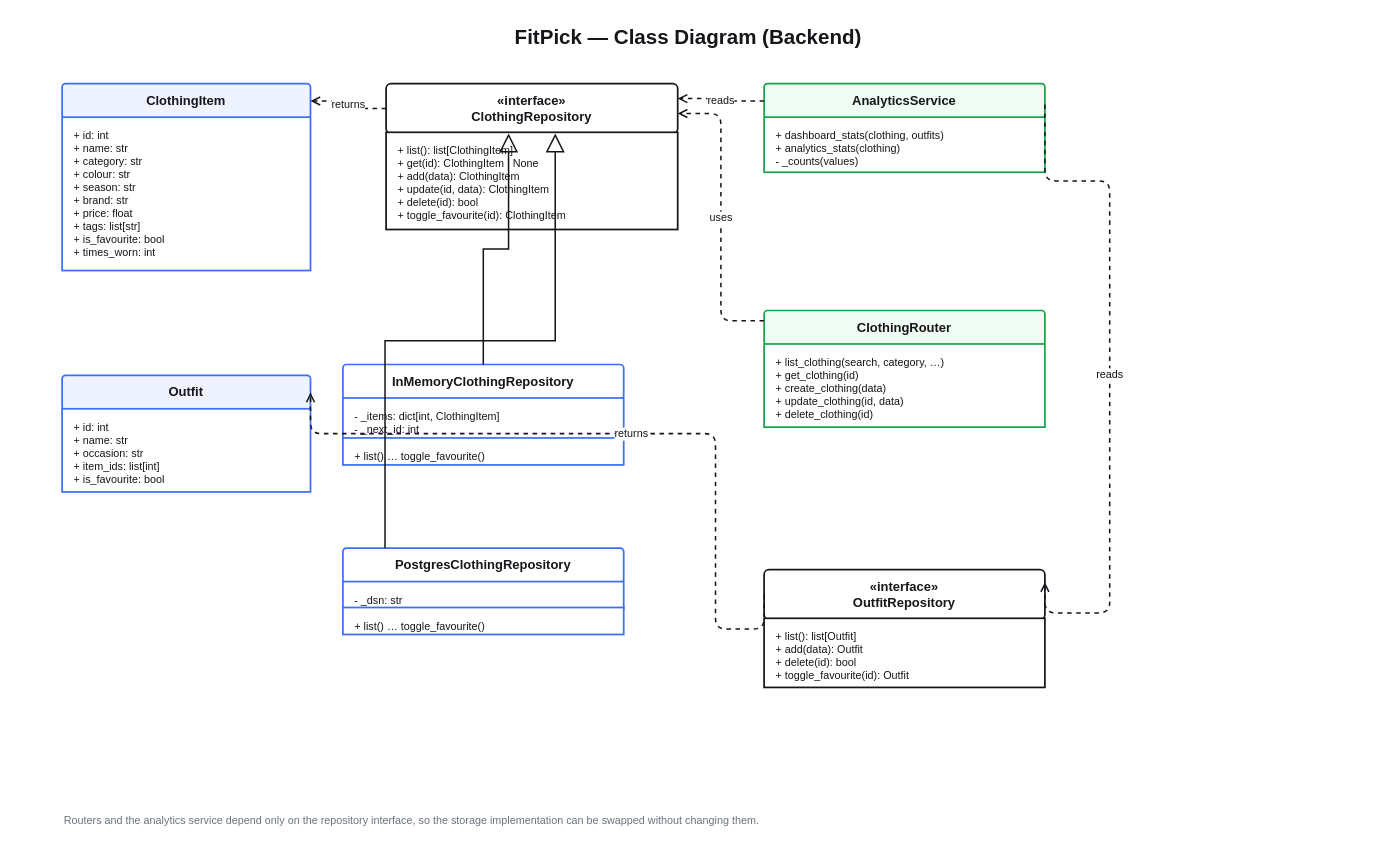
nithi0307/fitpick keeps this draw.io diagram as docs/design/diagrams/class-diagram.drawio. Above is the earlier version. Source tidied: cells renumbered, new cells numbered last; positions are measured from the earlier drawing's top-left corner, leaving out a move shared by most shapes. Both pictures are drawn from the tidied source at 108%, with x=0, y=0 at pixel (18, 18).
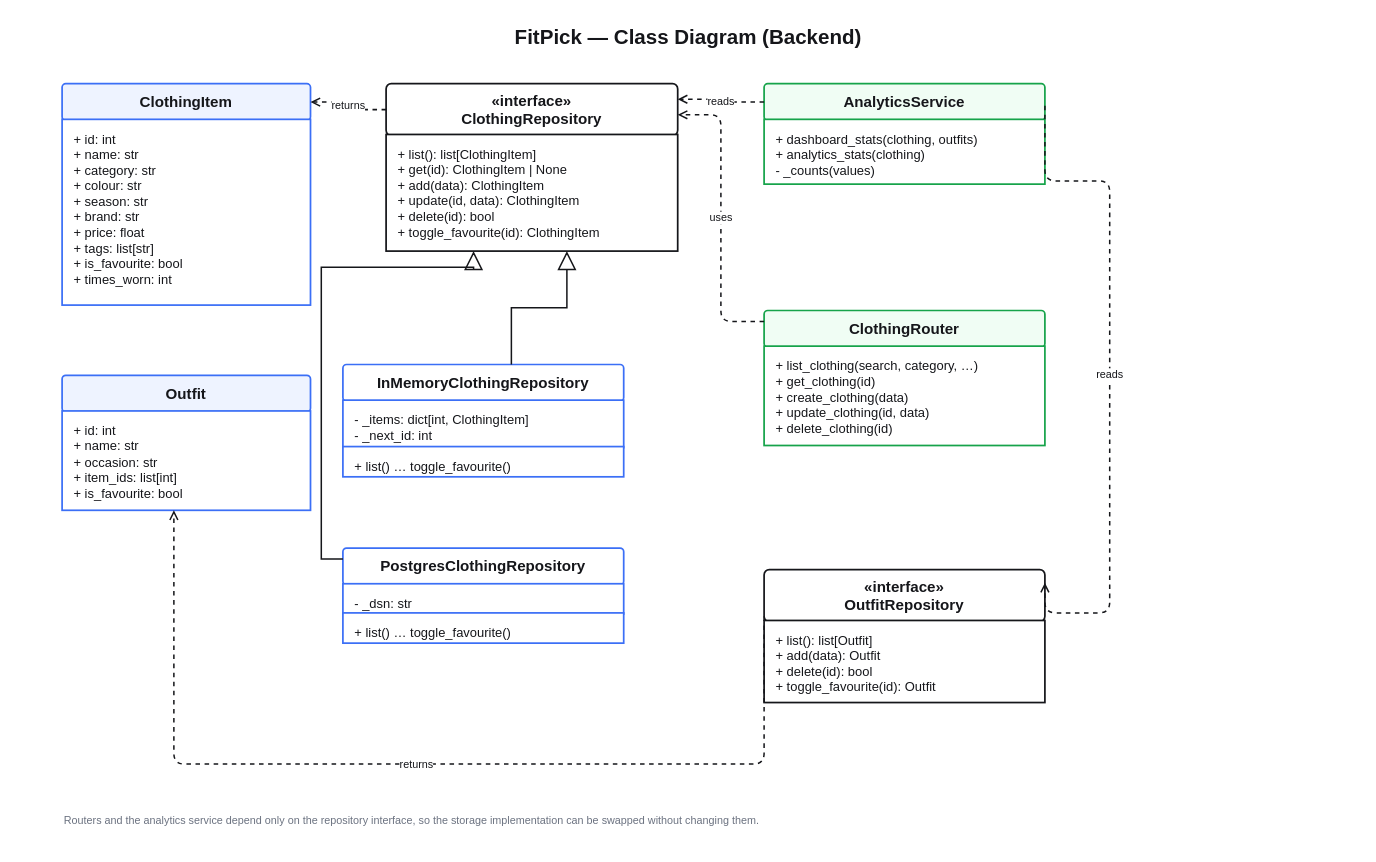
After the change.

What changed in the source:
```diff
@@
-    <mxCell id="3" value="ClothingItem" style="rounded=1;arcSize=10;html=1;whiteSpace=wrap;fillColor=#eef3ff;strokeColor=#3b6ff6;strokeWidth=1.6;fontSize=12;fontStyle=1;fontColor=#15161a;verticalAlign=middle;align=center;" parent="1" vertex="1">
-      <mxGeometry x="40" y="60" width="230" height="32" as="geometry" />
+    <mxCell id="3" value="ClothingItem" style="rounded=1;arcSize=10;html=1;whiteSpace=wrap;fillColor=#eef3ff;strokeColor=#3b6ff6;strokeWidth=1.6;fontSize=14;fontStyle=1;fontColor=#15161a;verticalAlign=middle;align=center;" parent="1" vertex="1">
+      <mxGeometry x="40" y="60" width="230" height="34" as="geometry" />
     </mxCell>
-    <mxCell id="4" value="+ id: int&#10;+ name: str&#10;+ category: str&#10;+ colour: str&#10;+ season: str&#10;+ brand: str&#10;+ price: float&#10;+ tags: list[str]&#10;+ is_favourite: bool&#10;+ times_worn: int" style="rounded=0;html=1;whiteSpace=wrap;fillColor=#ffffff;strokeColor=#3b6ff6;strokeWidth=1.6;fontSize=10;fontColor=#15161a;align=left;verticalAlign=top;spacingLeft=9;spacingTop=5;" parent="1" vertex="1">
-      <mxGeometry x="40" y="91" width="230" height="142" as="geometry" />
-    </mxCell>
+    <mxCell id="29" value="+ id: int&#10;+ name: str&#10;+ category: str&#10;+ colour: str&#10;+ season: str&#10;+ brand: str&#10;+ price: float&#10;+ tags: list[str]&#10;+ is_favourite: bool&#10;+ times_worn: int" style="rounded=0;html=1;whiteSpace=wrap;fillColor=#ffffff;strokeColor=#3b6ff6;strokeWidth=1.6;fontSize=12;fontColor=#15161a;align=left;verticalAlign=top;spacingLeft=9;spacingTop=5;" parent="1" vertex="1">
+      <mxGeometry x="40" y="93" width="230" height="172" as="geometry" />
+    </mxCell>
-    <mxCell id="5" value="Outfit" style="rounded=1;arcSize=10;html=1;whiteSpace=wrap;fillColor=#eef3ff;strokeColor=#3b6ff6;strokeWidth=1.6;fontSize=12;fontStyle=1;fontColor=#15161a;verticalAlign=middle;align=center;" parent="1" vertex="1">
-      <mxGeometry x="40" y="330" width="230" height="32" as="geometry" />
+    <mxCell id="5" value="Outfit" style="rounded=1;arcSize=10;html=1;whiteSpace=wrap;fillColor=#eef3ff;strokeColor=#3b6ff6;strokeWidth=1.6;fontSize=14;fontStyle=1;fontColor=#15161a;verticalAlign=middle;align=center;" parent="1" vertex="1">
+      <mxGeometry x="40" y="330" width="230" height="34" as="geometry" />
     </mxCell>
-    <mxCell id="6" value="+ id: int&#10;+ name: str&#10;+ occasion: str&#10;+ item_ids: list[int]&#10;+ is_favourite: bool" style="rounded=0;html=1;whiteSpace=wrap;fillColor=#ffffff;strokeColor=#3b6ff6;strokeWidth=1.6;fontSize=10;fontColor=#15161a;align=left;verticalAlign=top;spacingLeft=9;spacingTop=5;" parent="1" vertex="1">
-      <mxGeometry x="40" y="361" width="230" height="77" as="geometry" />
-    </mxCell>
+    <mxCell id="30" value="+ id: int&#10;+ name: str&#10;+ occasion: str&#10;+ item_ids: list[int]&#10;+ is_favourite: bool" style="rounded=0;html=1;whiteSpace=wrap;fillColor=#ffffff;strokeColor=#3b6ff6;strokeWidth=1.6;fontSize=12;fontColor=#15161a;align=left;verticalAlign=top;spacingLeft=9;spacingTop=5;" parent="1" vertex="1">
+      <mxGeometry x="40" y="363" width="230" height="92" as="geometry" />
+    </mxCell>
-    <mxCell id="7" value="«interface»&#10;ClothingRepository" style="rounded=1;arcSize=10;html=1;whiteSpace=wrap;fillColor=#ffffff;strokeColor=#15161a;strokeWidth=1.6;fontSize=12;fontStyle=1;fontColor=#15161a;verticalAlign=middle;align=center;" parent="1" vertex="1">
-      <mxGeometry x="340" y="60" width="270" height="46" as="geometry" />
+    <mxCell id="7" value="«interface»&#10;ClothingRepository" style="rounded=1;arcSize=10;html=1;whiteSpace=wrap;fillColor=#ffffff;strokeColor=#15161a;strokeWidth=1.6;fontSize=14;fontStyle=1;fontColor=#15161a;verticalAlign=middle;align=center;" parent="1" vertex="1">
+      <mxGeometry x="340" y="60" width="270" height="48" as="geometry" />
     </mxCell>
-    <mxCell id="8" value="+ list(): list[ClothingItem]&#10;+ get(id): ClothingItem | None&#10;+ add(data): ClothingItem&#10;+ update(id, data): ClothingItem&#10;+ delete(id): bool&#10;+ toggle_favourite(id): ClothingItem" style="rounded=0;html=1;whiteSpace=wrap;fillColor=#ffffff;strokeColor=#15161a;strokeWidth=1.6;fontSize=10;fontColor=#15161a;align=left;verticalAlign=top;spacingLeft=9;spacingTop=5;" parent="1" vertex="1">
-      <mxGeometry x="340" y="105" width="270" height="90" as="geometry" />
-    </mxCell>
+    <mxCell id="31" value="+ list(): list[ClothingItem]&#10;+ get(id): ClothingItem | None&#10;+ add(data): ClothingItem&#10;+ update(id, data): ClothingItem&#10;+ delete(id): bool&#10;+ toggle_favourite(id): ClothingItem" style="rounded=0;html=1;whiteSpace=wrap;fillColor=#ffffff;strokeColor=#15161a;strokeWidth=1.6;fontSize=12;fontColor=#15161a;align=left;verticalAlign=top;spacingLeft=9;spacingTop=5;" parent="1" vertex="1">
+      <mxGeometry x="340" y="107" width="270" height="108" as="geometry" />
+    </mxCell>
-    <mxCell id="9" value="InMemoryClothingRepository" style="rounded=1;arcSize=10;html=1;whiteSpace=wrap;fillColor=#ffffff;strokeColor=#3b6ff6;strokeWidth=1.6;fontSize=12;fontStyle=1;fontColor=#15161a;verticalAlign=middle;align=center;" parent="1" vertex="1">
-      <mxGeometry x="300" y="320" width="260" height="32" as="geometry" />
+    <mxCell id="9" value="InMemoryClothingRepository" style="rounded=1;arcSize=10;html=1;whiteSpace=wrap;fillColor=#ffffff;strokeColor=#3b6ff6;strokeWidth=1.6;fontSize=14;fontStyle=1;fontColor=#15161a;verticalAlign=middle;align=center;" parent="1" vertex="1">
+      <mxGeometry x="300" y="320" width="260" height="34" as="geometry" />
     </mxCell>
-    <mxCell id="10" value="- _items: dict[int, ClothingItem]&#10;- _next_id: int" style="rounded=0;html=1;whiteSpace=wrap;fillColor=#ffffff;strokeColor=#3b6ff6;strokeWidth=1.6;fontSize=10;fontColor=#15161a;align=left;verticalAlign=top;spacingLeft=9;spacingTop=5;" parent="1" vertex="1">
-      <mxGeometry x="300" y="351" width="260" height="38" as="geometry" />
-    </mxCell>
-    <mxCell id="11" value="+ list() … toggle_favourite()" style="rounded=0;html=1;whiteSpace=wrap;fillColor=#ffffff;strokeColor=#3b6ff6;strokeWidth=1.6;fontSize=10;fontColor=#15161a;align=left;verticalAlign=top;spacingLeft=9;spacingTop=5;" parent="1" vertex="1">
-      <mxGeometry x="300" y="388" width="260" height="25" as="geometry" />
-    </mxCell>
+    <mxCell id="32" value="- _items: dict[int, ClothingItem]&#10;- _next_id: int" style="rounded=0;html=1;whiteSpace=wrap;fillColor=#ffffff;strokeColor=#3b6ff6;strokeWidth=1.6;fontSize=12;fontColor=#15161a;align=left;verticalAlign=top;spacingLeft=9;spacingTop=5;" parent="1" vertex="1">
+      <mxGeometry x="300" y="353" width="260" height="44" as="geometry" />
+    </mxCell>
+    <mxCell id="33" value="+ list() … toggle_favourite()" style="rounded=0;html=1;whiteSpace=wrap;fillColor=#ffffff;strokeColor=#3b6ff6;strokeWidth=1.6;fontSize=12;fontColor=#15161a;align=left;verticalAlign=top;spacingLeft=9;spacingTop=5;" parent="1" vertex="1">
+      <mxGeometry x="300" y="396" width="260" height="28" as="geometry" />
+    </mxCell>
-    <mxCell id="12" value="PostgresClothingRepository" style="rounded=1;arcSize=10;html=1;whiteSpace=wrap;fillColor=#ffffff;strokeColor=#3b6ff6;strokeWidth=1.6;fontSize=12;fontStyle=1;fontColor=#15161a;verticalAlign=middle;align=center;" parent="1" vertex="1">
-      <mxGeometry x="300" y="490" width="260" height="32" as="geometry" />
+    <mxCell id="12" value="PostgresClothingRepository" style="rounded=1;arcSize=10;html=1;whiteSpace=wrap;fillColor=#ffffff;strokeColor=#3b6ff6;strokeWidth=1.6;fontSize=14;fontStyle=1;fontColor=#15161a;verticalAlign=middle;align=center;" parent="1" vertex="1">
+      <mxGeometry x="300" y="490" width="260" height="34" as="geometry" />
     </mxCell>
-    <mxCell id="13" value="- _dsn: str" style="rounded=0;html=1;whiteSpace=wrap;fillColor=#ffffff;strokeColor=#3b6ff6;strokeWidth=1.6;fontSize=10;fontColor=#15161a;align=left;verticalAlign=top;spacingLeft=9;spacingTop=5;" parent="1" vertex="1">
-      <mxGeometry x="300" y="521" width="260" height="25" as="geometry" />
-    </mxCell>
-    <mxCell id="14" value="+ list() … toggle_favourite()" style="rounded=0;html=1;whiteSpace=wrap;fillColor=#ffffff;strokeColor=#3b6ff6;strokeWidth=1.6;fontSize=10;fontColor=#15161a;align=left;verticalAlign=top;spacingLeft=9;spacingTop=5;" parent="1" vertex="1">
-      <mxGeometry x="300" y="545" width="260" height="25" as="geometry" />
-    </mxCell>
+    <mxCell id="34" value="- _dsn: str" style="rounded=0;html=1;whiteSpace=wrap;fillColor=#ffffff;strokeColor=#3b6ff6;strokeWidth=1.6;fontSize=12;fontColor=#15161a;align=left;verticalAlign=top;spacingLeft=9;spacingTop=5;" parent="1" vertex="1">
+      <mxGeometry x="300" y="523" width="260" height="28" as="geometry" />
+    </mxCell>
+    <mxCell id="35" value="+ list() … toggle_favourite()" style="rounded=0;html=1;whiteSpace=wrap;fillColor=#ffffff;strokeColor=#3b6ff6;strokeWidth=1.6;fontSize=12;fontColor=#15161a;align=left;verticalAlign=top;spacingLeft=9;spacingTop=5;" parent="1" vertex="1">
+      <mxGeometry x="300" y="550" width="260" height="28" as="geometry" />
+    </mxCell>
-    <mxCell id="15" value="AnalyticsService" style="rounded=1;arcSize=10;html=1;whiteSpace=wrap;fillColor=#f0fdf4;strokeColor=#16a34a;strokeWidth=1.6;fontSize=12;fontStyle=1;fontColor=#15161a;verticalAlign=middle;align=center;" parent="1" vertex="1">
-      <mxGeometry x="690" y="60" width="260" height="32" as="geometry" />
+    <mxCell id="15" value="AnalyticsService" style="rounded=1;arcSize=10;html=1;whiteSpace=wrap;fillColor=#f0fdf4;strokeColor=#16a34a;strokeWidth=1.6;fontSize=14;fontStyle=1;fontColor=#15161a;verticalAlign=middle;align=center;" parent="1" vertex="1">
+      <mxGeometry x="690" y="60" width="260" height="34" as="geometry" />
     </mxCell>
-    <mxCell id="16" value="+ dashboard_stats(clothing, outfits)&#10;+ analytics_stats(clothing)&#10;- _counts(values)" style="rounded=0;html=1;whiteSpace=wrap;fillColor=#ffffff;strokeColor=#16a34a;strokeWidth=1.6;fontSize=10;fontColor=#15161a;align=left;verticalAlign=top;spacingLeft=9;spacingTop=5;" parent="1" vertex="1">
-      <mxGeometry x="690" y="91" width="260" height="51" as="geometry" />
-    </mxCell>
+    <mxCell id="36" value="+ dashboard_stats(clothing, outfits)&#10;+ analytics_stats(clothing)&#10;- _counts(values)" style="rounded=0;html=1;whiteSpace=wrap;fillColor=#ffffff;strokeColor=#16a34a;strokeWidth=1.6;fontSize=12;fontColor=#15161a;align=left;verticalAlign=top;spacingLeft=9;spacingTop=5;" parent="1" vertex="1">
+      <mxGeometry x="690" y="93" width="260" height="60" as="geometry" />
+    </mxCell>
-    <mxCell id="17" value="ClothingRouter" style="rounded=1;arcSize=10;html=1;whiteSpace=wrap;fillColor=#f0fdf4;strokeColor=#16a34a;strokeWidth=1.6;fontSize=12;fontStyle=1;fontColor=#15161a;verticalAlign=middle;align=center;" parent="1" vertex="1">
-      <mxGeometry x="690" y="270" width="260" height="32" as="geometry" />
+    <mxCell id="17" value="ClothingRouter" style="rounded=1;arcSize=10;html=1;whiteSpace=wrap;fillColor=#f0fdf4;strokeColor=#16a34a;strokeWidth=1.6;fontSize=14;fontStyle=1;fontColor=#15161a;verticalAlign=middle;align=center;" parent="1" vertex="1">
+      <mxGeometry x="690" y="270" width="260" height="34" as="geometry" />
     </mxCell>
-    <mxCell id="18" value="+ list_clothing(search, category, …)&#10;+ get_clothing(id)&#10;+ create_clothing(data)&#10;+ update_clothing(id, data)&#10;+ delete_clothing(id)" style="rounded=0;html=1;whiteSpace=wrap;fillColor=#ffffff;strokeColor=#16a34a;strokeWidth=1.6;fontSize=10;fontColor=#15161a;align=left;verticalAlign=top;spacingLeft=9;spacingTop=5;" parent="1" vertex="1">
-      <mxGeometry x="690" y="301" width="260" height="77" as="geometry" />
+    <mxCell id="18" value="+ list_clothing(search, category, …)&#10;+ get_clothing(id)&#10;+ create_clothing(data)&#10;+ update_clothing(id, data)&#10;+ delete_clothing(id)" style="rounded=0;html=1;whiteSpace=wrap;fillColor=#ffffff;strokeColor=#16a34a;strokeWidth=1.6;fontSize=12;fontColor=#15161a;align=left;verticalAlign=top;spacingLeft=9;spacingTop=5;" parent="1" vertex="1">
+      <mxGeometry x="690" y="303" width="260" height="92" as="geometry" />
     </mxCell>
-    <mxCell id="19" value="«interface»&#10;OutfitRepository" style="rounded=1;arcSize=10;html=1;whiteSpace=wrap;fillColor=#ffffff;strokeColor=#15161a;strokeWidth=1.6;fontSize=12;fontStyle=1;fontColor=#15161a;verticalAlign=middle;align=center;" parent="1" vertex="1">
-      <mxGeometry x="690" y="510" width="260" height="46" as="geometry" />
+    <mxCell id="19" value="«interface»&#10;OutfitRepository" style="rounded=1;arcSize=10;html=1;whiteSpace=wrap;fillColor=#ffffff;strokeColor=#15161a;strokeWidth=1.6;fontSize=14;fontStyle=1;fontColor=#15161a;verticalAlign=middle;align=center;" parent="1" vertex="1">
+      <mxGeometry x="690" y="510" width="260" height="48" as="geometry" />
     </mxCell>
-    <mxCell id="20" value="+ list(): list[Outfit]&#10;+ add(data): Outfit&#10;+ delete(id): bool&#10;+ toggle_favourite(id): Outfit" style="rounded=0;html=1;whiteSpace=wrap;fillColor=#ffffff;strokeColor=#15161a;strokeWidth=1.6;fontSize=10;fontColor=#15161a;align=left;verticalAlign=top;spacingLeft=9;spacingTop=5;" parent="1" vertex="1">
-      <mxGeometry x="690" y="555" width="260" height="64" as="geometry" />
+    <mxCell id="20" value="+ list(): list[Outfit]&#10;+ add(data): Outfit&#10;+ delete(id): bool&#10;+ toggle_favourite(id): Outfit" style="rounded=0;html=1;whiteSpace=wrap;fillColor=#ffffff;strokeColor=#15161a;strokeWidth=1.6;fontSize=12;fontColor=#15161a;align=left;verticalAlign=top;spacingLeft=9;spacingTop=5;" parent="1" vertex="1">
+      <mxGeometry x="690" y="557" width="260" height="76" as="geometry" />
     </mxCell>
-    <mxCell id="21" style="endArrow=block;endFill=0;endSize=14;html=1;rounded=0;strokeColor=#15161a;strokeWidth=1.4;edgeStyle=orthogonalEdgeStyle;exitX=0.5;exitY=0;exitDx=0;exitDy=0;entryX=0.42;entryY=1;entryDx=0;entryDy=0;" parent="1" edge="1" source="9" target="7">
-      <mxGeometry relative="1" as="geometry" />
-    </mxCell>
-    <mxCell id="22" style="endArrow=block;endFill=0;endSize=14;html=1;rounded=0;strokeColor=#15161a;strokeWidth=1.4;edgeStyle=orthogonalEdgeStyle;exitX=0.15;exitY=0;exitDx=0;exitDy=0;entryX=0.58;entryY=1;entryDx=0;entryDy=0;" parent="1" edge="1" source="12" target="7">
-      <mxGeometry relative="1" as="geometry" />
-    </mxCell>
-    <mxCell id="23" value="uses" style="edgeStyle=orthogonalEdgeStyle;rounded=1;html=1;strokeColor=#15161a;strokeWidth=1.4;fontSize=10;fontColor=#15161a;labelBackgroundColor=#ffffff;endArrow=open;endFill=1;dashed=1;exitX=0;exitY=0.3;entryX=1;entryY=0.6;" parent="1" edge="1" source="17" target="7">
-      <mxGeometry relative="1" as="geometry" />
-    </mxCell>
-    <mxCell id="24" value="reads" style="edgeStyle=orthogonalEdgeStyle;rounded=1;html=1;strokeColor=#15161a;strokeWidth=1.4;fontSize=10;fontColor=#15161a;labelBackgroundColor=#ffffff;endArrow=open;endFill=1;dashed=1;exitX=0;exitY=0.5;entryX=1;entryY=0.3;" parent="1" edge="1" source="15" target="7">
-      <mxGeometry relative="1" as="geometry" />
-    </mxCell>
-    <mxCell id="25" value="reads" style="edgeStyle=orthogonalEdgeStyle;rounded=1;html=1;strokeColor=#15161a;strokeWidth=1.4;fontSize=10;fontColor=#15161a;labelBackgroundColor=#ffffff;endArrow=open;endFill=1;dashed=1;exitX=1;exitY=0.6;exitDx=0;exitDy=0;entryX=1;entryY=0.25;entryDx=0;entryDy=0;" parent="1" edge="1" source="15" target="19">
-      <mxGeometry relative="1" as="geometry">
-        <Array as="points">
-          <mxPoint x="1010" y="150" />
-          <mxPoint x="1010" y="550" />
-        </Array>
-      </mxGeometry>
-    </mxCell>
-    <mxCell id="26" value="returns" style="edgeStyle=orthogonalEdgeStyle;rounded=1;html=1;strokeColor=#15161a;strokeWidth=1.4;fontSize=10;fontColor=#15161a;labelBackgroundColor=#ffffff;endArrow=open;endFill=1;dashed=1;exitX=0;exitY=0.5;entryX=1;entryY=0.5;" parent="1" edge="1" source="7" target="3">
-      <mxGeometry relative="1" as="geometry" />
-    </mxCell>
-    <mxCell id="27" value="returns" style="edgeStyle=orthogonalEdgeStyle;rounded=1;html=1;strokeColor=#15161a;strokeWidth=1.4;fontSize=10;fontColor=#15161a;labelBackgroundColor=#ffffff;endArrow=open;endFill=1;dashed=1;exitX=0;exitY=0.5;exitDx=0;exitDy=0;entryX=1;entryY=0.5;entryDx=0;entryDy=0;" parent="1" edge="1" source="19" target="5">
-      <mxGeometry relative="1" as="geometry">
-        <Array as="points">
-          <mxPoint x="645" y="565" />
-          <mxPoint x="645" y="384" />
-        </Array>
-      </mxGeometry>
-    </mxCell>
-    <mxCell id="28" value="Routers and the analytics service depend only on the repository interface, so the storage implementation can be swapped without changing them." style="text;html=1;whiteSpace=wrap;fontSize=10;fontColor=#6b7280;align=left;" parent="1" vertex="1">
-      <mxGeometry x="40" y="730" width="900" height="34" as="geometry" />
-    </mxCell>
+    <mxCell id="4" style="endArrow=block;endFill=0;endSize=14;html=1;rounded=0;strokeColor=#15161a;strokeWidth=1.4;edgeStyle=orthogonalEdgeStyle;exitX=0.6;exitY=0;exitDx=0;exitDy=0;entryX=0.62;entryY=1;entryDx=0;entryDy=0;" parent="1" edge="1" source="9" target="31">
+      <mxGeometry relative="1" as="geometry" />
+    </mxCell>
+    <mxCell id="6" style="endArrow=block;endFill=0;endSize=14;html=1;rounded=0;strokeColor=#15161a;strokeWidth=1.4;edgeStyle=orthogonalEdgeStyle;exitX=0;exitY=0.3;exitDx=0;exitDy=0;entryX=0.3;entryY=1;entryDx=0;entryDy=0;" parent="1" edge="1" source="12" target="31">
+      <mxGeometry relative="1" as="geometry">
+        <Array as="points">
+          <mxPoint x="280" y="500" />
+          <mxPoint x="280" y="230" />
+        </Array>
+      </mxGeometry>
+    </mxCell>
+    <mxCell id="8" value="uses" style="edgeStyle=orthogonalEdgeStyle;rounded=1;html=1;strokeColor=#15161a;strokeWidth=1.4;fontSize=10;fontColor=#15161a;labelBackgroundColor=#ffffff;endArrow=open;endFill=1;dashed=1;exitX=0;exitY=0.3;entryX=1;entryY=0.6;" parent="1" edge="1" source="17" target="7">
+      <mxGeometry relative="1" as="geometry" />
+    </mxCell>
+    <mxCell id="10" value="reads" style="edgeStyle=orthogonalEdgeStyle;rounded=1;html=1;strokeColor=#15161a;strokeWidth=1.4;fontSize=10;fontColor=#15161a;labelBackgroundColor=#ffffff;endArrow=open;endFill=1;dashed=1;exitX=0;exitY=0.5;entryX=1;entryY=0.3;" parent="1" edge="1" source="15" target="7">
+      <mxGeometry relative="1" as="geometry" />
+    </mxCell>
+    <mxCell id="11" value="reads" style="edgeStyle=orthogonalEdgeStyle;rounded=1;html=1;strokeColor=#15161a;strokeWidth=1.4;fontSize=10;fontColor=#15161a;labelBackgroundColor=#ffffff;endArrow=open;endFill=1;dashed=1;exitX=1;exitY=0.6;exitDx=0;exitDy=0;entryX=1;entryY=0.25;entryDx=0;entryDy=0;" parent="1" edge="1" source="15" target="19">
+      <mxGeometry relative="1" as="geometry">
+        <Array as="points">
+          <mxPoint x="1010" y="150" />
+          <mxPoint x="1010" y="550" />
+        </Array>
+      </mxGeometry>
+    </mxCell>
+    <mxCell id="13" value="returns" style="edgeStyle=orthogonalEdgeStyle;rounded=1;html=1;strokeColor=#15161a;strokeWidth=1.4;fontSize=10;fontColor=#15161a;labelBackgroundColor=#ffffff;endArrow=open;endFill=1;dashed=1;exitX=0;exitY=0.5;entryX=1;entryY=0.5;" parent="1" edge="1" source="7" target="3">
+      <mxGeometry relative="1" as="geometry" />
+    </mxCell>
+    <mxCell id="14" value="returns" style="edgeStyle=orthogonalEdgeStyle;rounded=1;html=1;strokeColor=#15161a;strokeWidth=1.4;fontSize=10;fontColor=#15161a;labelBackgroundColor=#ffffff;endArrow=open;endFill=1;dashed=1;exitX=0;exitY=0.9;exitDx=0;exitDy=0;entryX=0.45;entryY=1;entryDx=0;entryDy=0;" parent="1" edge="1" source="19" target="30">
+      <mxGeometry relative="1" as="geometry">
+        <Array as="points">
+          <mxPoint x="650" y="690" />
+          <mxPoint x="155" y="690" />
+        </Array>
+      </mxGeometry>
+    </mxCell>
+    <mxCell id="16" value="Routers and the analytics service depend only on the repository interface, so the storage implementation can be swapped without changing them." style="text;html=1;whiteSpace=wrap;fontSize=10;fontColor=#6b7280;align=left;" parent="1" vertex="1">
+      <mxGeometry x="40" y="730" width="900" height="34" as="geometry" />
+    </mxCell>
```
